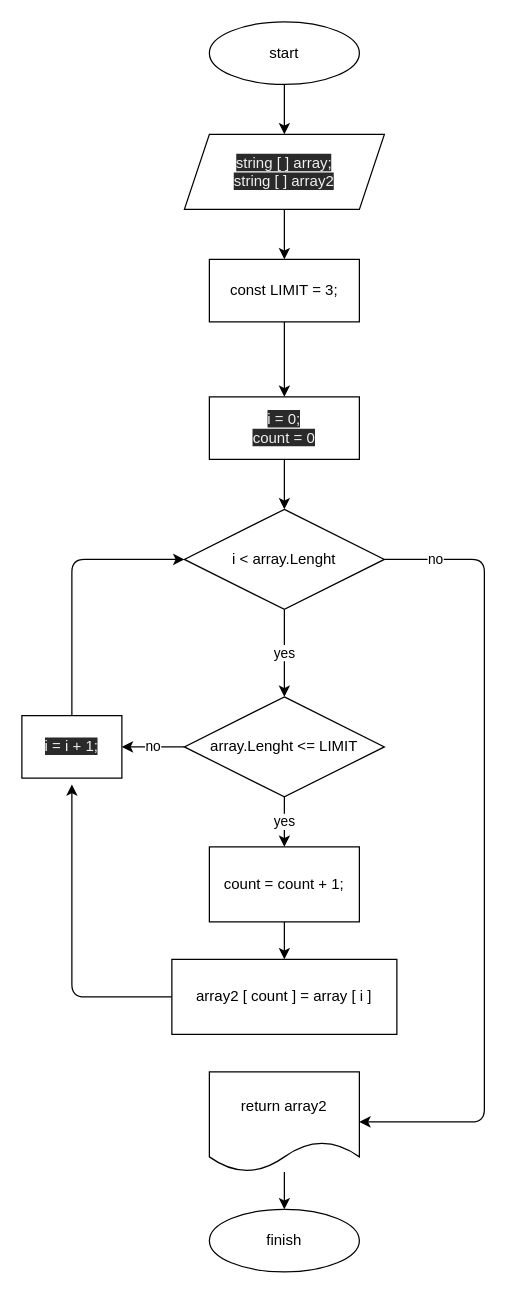
This is flowchart.drawio from Margarita01991/Final_test, a draw.io file, before an edit. Source tidied: cells renumbered, new cells numbered last; positions are measured from the earlier drawing's top-left corner, leaving out a move shared by most shapes. Both pictures are drawn from the tidied source at 125%, with x=0, y=0 at pixel (21, 21).
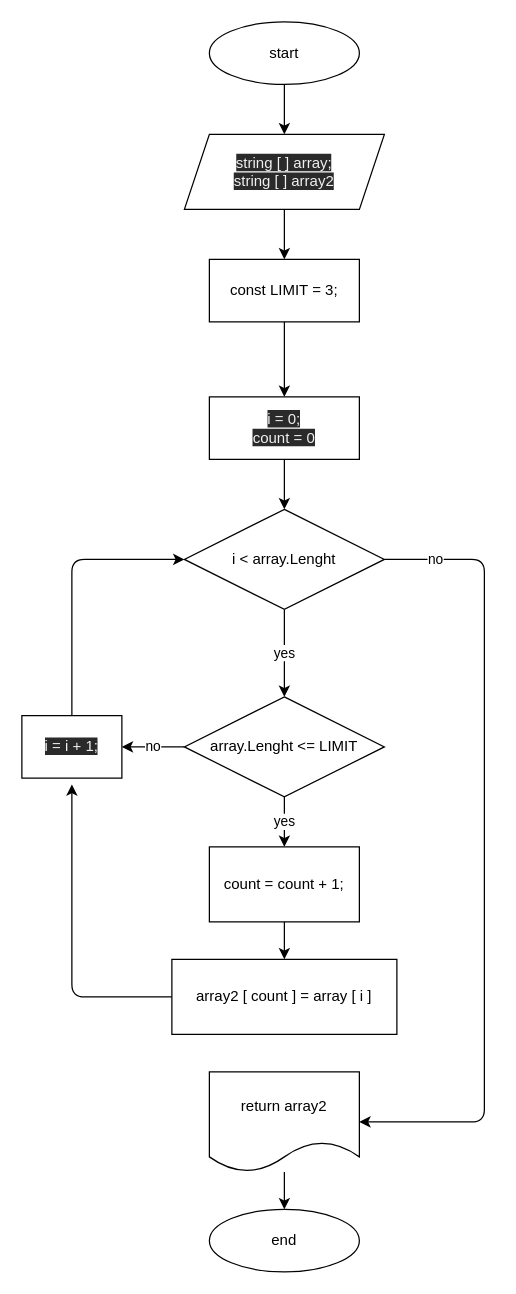
After the change.

Change to the diagram source:
```diff
@@
-    <mxCell id="14" value="finish" style="ellipse;whiteSpace=wrap;html=1;" parent="1" vertex="1">
+    <mxCell id="14" value="end" style="ellipse;whiteSpace=wrap;html=1;" parent="1" vertex="1">
       <mxGeometry x="150" y="950" width="120" height="50" as="geometry" />
     </mxCell>
```
